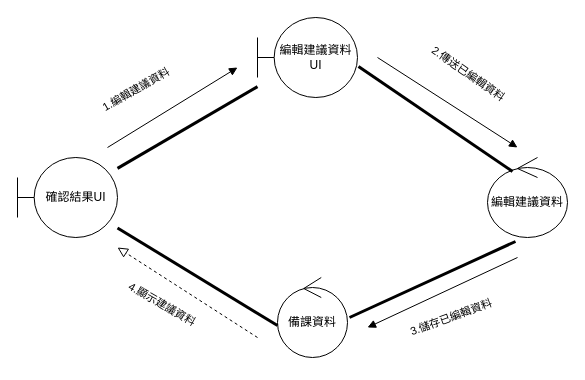
The draw.io diagram 溝通圖(修改建議資料循序圖).drawio in Kevincheng0804/System-analysis, before the edit. Source tidied: cells renumbered, new cells numbered last; positions are measured from the earlier drawing's top-left corner, leaving out a move shared by most shapes. Both pictures are drawn from the tidied source at 100%, with x=0, y=0 at pixel (17, 17).
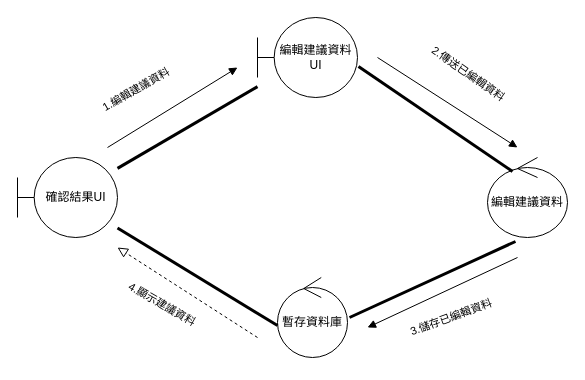
The same diagram, later.

What changed in the source:
```diff
@@
-    <mxCell id="5" value="備課資料" style="ellipse;shape=umlControl;whiteSpace=wrap;html=1;" parent="1" vertex="1">
+    <mxCell id="5" value="暫存資料庫" style="ellipse;shape=umlControl;whiteSpace=wrap;html=1;" parent="1" vertex="1">
       <mxGeometry x="260" y="260" width="70" height="80" as="geometry" />
     </mxCell>
```
